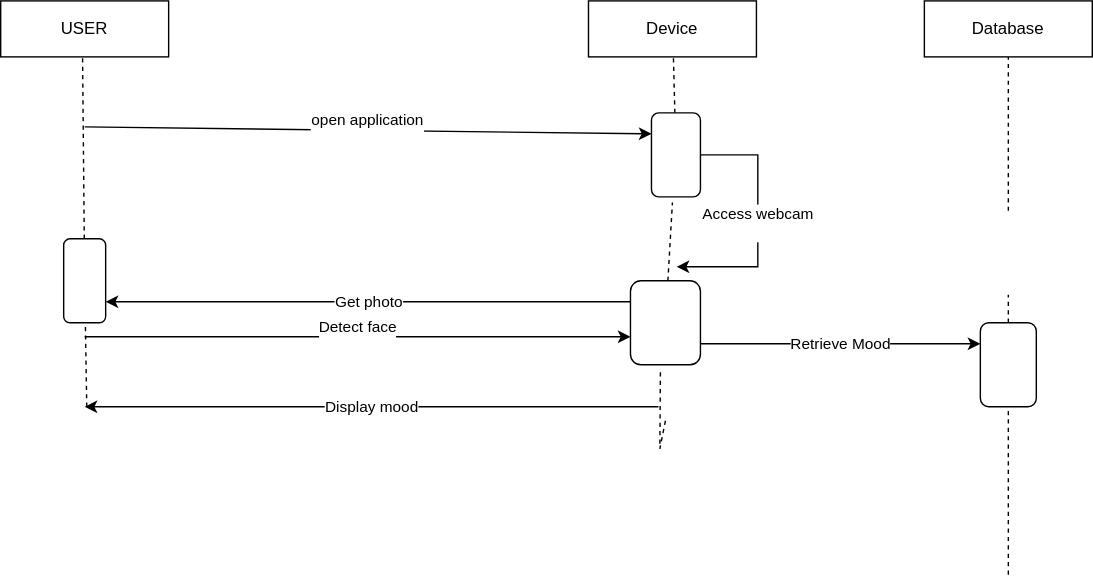
This is Untitled Diagram.drawio.svg from Akansha2004pandey/OOAD-lab, a draw.io export, as it was before one commit. Source tidied: cells renumbered, new cells last; positions are measured from the earlier drawing's top-left corner, leaving out a move shared by most shapes.
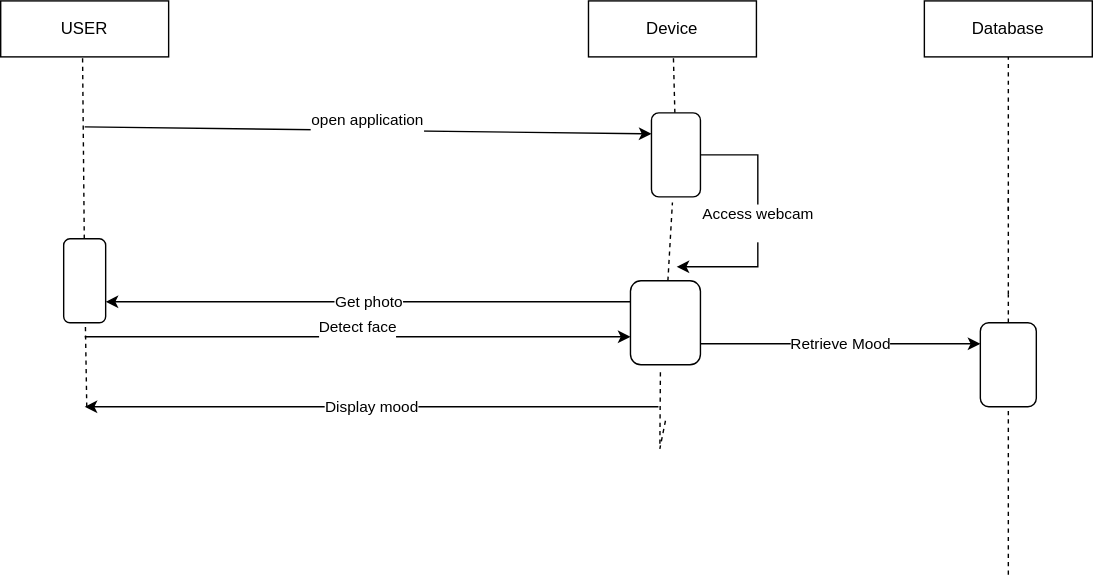
Above is the later version.

Change to the diagram source:
```diff
@@ -96,5 +96,11 @@
         <mxPoint x="60" y="290" as="targetPoint" />
       </mxGeometry>
     </mxCell>
+    <mxCell id="23" style="endArrow=none;dashed=1;html=1;rounded=0;" parent="1" edge="1">
+      <mxGeometry relative="1" as="geometry">
+        <mxPoint x="720" y="210" as="sourcePoint" />
+        <mxPoint x="720" y="140" as="targetPoint" />
+      </mxGeometry>
+    </mxCell>
   </root>
 </mxGraphModel>
```
